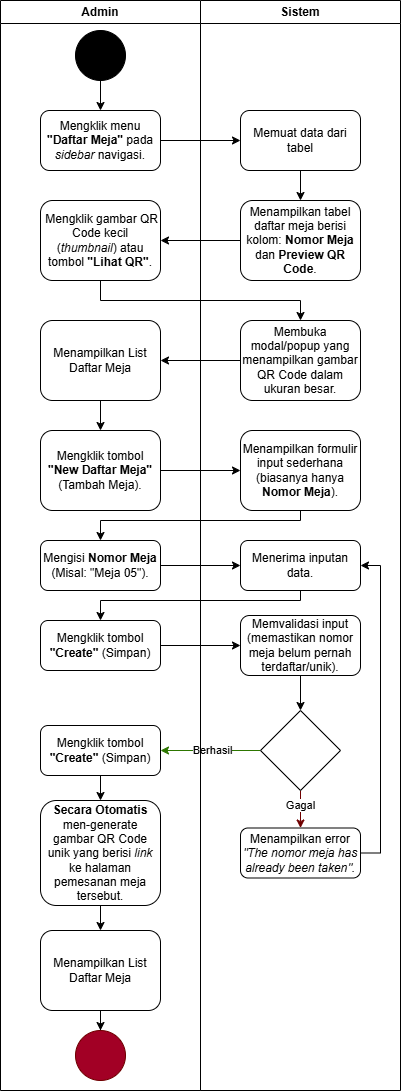
This is Docs/Use Case/activityfinal/Activity Diagram-Daftar Meja.drawio.png from gustitriprayoga/Sistem-Pembayaran-QR, a draw.io export, as it was before one commit. Source tidied: cells renumbered, new cells last; positions are measured from the earlier drawing's top-left corner, leaving out a move shared by most shapes. Source of this version:
```xml
<mxGraphModel>
  <root>
    <mxCell id="0" />
    <mxCell id="1" parent="0" />
    <mxCell id="2" style="edgeStyle=orthogonalEdgeStyle;rounded=0;jettySize=auto;html=1;exitX=0.5;exitY=1;exitDx=0;exitDy=0;entryX=0.5;entryY=0;entryDx=0;entryDy=0;" parent="1" edge="1" source="3" target="5">
      <mxGeometry relative="1" as="geometry" />
    </mxCell>
    <mxCell id="3" style="ellipse;whiteSpace=wrap;html=1;fillColor=#000000;" parent="1" vertex="1">
      <mxGeometry x="75" y="30" width="50" height="50" as="geometry" />
    </mxCell>
    <mxCell id="4" style="edgeStyle=orthogonalEdgeStyle;rounded=0;jettySize=auto;html=1;" parent="1" edge="1" source="5" target="7">
      <mxGeometry relative="1" as="geometry" />
    </mxCell>
    <mxCell id="5" value="Mengklik menu &lt;b&gt;&quot;Daftar Meja&quot;&lt;/b&gt; pada &lt;i&gt;sidebar&lt;/i&gt; navigasi." style="rounded=1;whiteSpace=wrap;html=1;" parent="1" vertex="1">
      <mxGeometry x="40" y="110" width="120" height="60" as="geometry" />
    </mxCell>
    <mxCell id="6" style="edgeStyle=orthogonalEdgeStyle;rounded=0;jettySize=auto;html=1;" parent="1" edge="1" source="7" target="9">
      <mxGeometry relative="1" as="geometry" />
    </mxCell>
    <mxCell id="7" value="Memuat data dari tabel" style="rounded=1;whiteSpace=wrap;html=1;" parent="1" vertex="1">
      <mxGeometry x="240" y="110" width="120" height="60" as="geometry" />
    </mxCell>
    <mxCell id="8" style="edgeStyle=orthogonalEdgeStyle;rounded=0;jettySize=auto;html=1;" parent="1" edge="1" source="9" target="11">
      <mxGeometry relative="1" as="geometry" />
    </mxCell>
    <mxCell id="9" value="Menampilkan tabel daftar meja berisi kolom: &lt;b&gt;Nomor Meja&lt;/b&gt; dan &lt;b&gt;Preview QR Code&lt;/b&gt;." style="rounded=1;whiteSpace=wrap;html=1;" parent="1" vertex="1">
      <mxGeometry x="240" y="200" width="120" height="80" as="geometry" />
    </mxCell>
    <mxCell id="10" style="edgeStyle=orthogonalEdgeStyle;rounded=0;jettySize=auto;html=1;" parent="1" edge="1" source="11" target="13">
      <mxGeometry relative="1" as="geometry">
        <Array as="points">
          <mxPoint x="100" y="300" />
          <mxPoint x="300" y="300" />
        </Array>
      </mxGeometry>
    </mxCell>
    <mxCell id="11" value="&amp;nbsp;Mengklik gambar QR Code kecil (&lt;i&gt;thumbnail&lt;/i&gt;) atau tombol &lt;b&gt;&quot;Lihat QR&quot;&lt;/b&gt;." style="rounded=1;whiteSpace=wrap;html=1;" parent="1" vertex="1">
      <mxGeometry x="40" y="200" width="120" height="80" as="geometry" />
    </mxCell>
    <mxCell id="12" style="edgeStyle=orthogonalEdgeStyle;rounded=0;jettySize=auto;html=1;" parent="1" edge="1" source="13" target="15">
      <mxGeometry relative="1" as="geometry" />
    </mxCell>
    <mxCell id="13" value="Membuka modal/popup yang menampilkan gambar QR Code dalam ukuran besar." style="rounded=1;whiteSpace=wrap;html=1;" parent="1" vertex="1">
      <mxGeometry x="240" y="320" width="120" height="80" as="geometry" />
    </mxCell>
    <mxCell id="14" style="edgeStyle=orthogonalEdgeStyle;rounded=0;jettySize=auto;html=1;" parent="1" edge="1" source="15" target="17">
      <mxGeometry relative="1" as="geometry" />
    </mxCell>
    <mxCell id="15" value="Menampilkan List Daftar Meja" style="rounded=1;whiteSpace=wrap;html=1;" parent="1" vertex="1">
      <mxGeometry x="40" y="320" width="120" height="80" as="geometry" />
    </mxCell>
    <mxCell id="16" style="edgeStyle=orthogonalEdgeStyle;rounded=0;jettySize=auto;html=1;" parent="1" edge="1" source="17" target="19">
      <mxGeometry relative="1" as="geometry" />
    </mxCell>
    <mxCell id="17" value="Mengklik tombol &lt;b&gt;&quot;New Daftar Meja&quot;&lt;/b&gt; (Tambah Meja)." style="rounded=1;whiteSpace=wrap;html=1;" parent="1" vertex="1">
      <mxGeometry x="40" y="430" width="120" height="80" as="geometry" />
    </mxCell>
    <mxCell id="18" style="edgeStyle=orthogonalEdgeStyle;rounded=0;jettySize=auto;html=1;" parent="1" edge="1" source="19" target="21">
      <mxGeometry relative="1" as="geometry">
        <Array as="points">
          <mxPoint x="300" y="520" />
          <mxPoint x="100" y="520" />
        </Array>
      </mxGeometry>
    </mxCell>
    <mxCell id="19" value="Menampilkan formulir input sederhana (biasanya hanya &lt;b&gt;Nomor Meja&lt;/b&gt;)." style="rounded=1;whiteSpace=wrap;html=1;" parent="1" vertex="1">
      <mxGeometry x="240" y="430" width="120" height="80" as="geometry" />
    </mxCell>
    <mxCell id="20" style="edgeStyle=orthogonalEdgeStyle;rounded=0;jettySize=auto;html=1;" parent="1" edge="1" source="21" target="23">
      <mxGeometry relative="1" as="geometry" />
    </mxCell>
    <mxCell id="21" value="Mengisi &lt;b&gt;Nomor Meja&lt;/b&gt; (Misal: &quot;Meja 05&quot;)." style="rounded=1;whiteSpace=wrap;html=1;" parent="1" vertex="1">
      <mxGeometry x="40" y="540" width="120" height="50" as="geometry" />
    </mxCell>
    <mxCell id="22" style="edgeStyle=orthogonalEdgeStyle;rounded=0;jettySize=auto;html=1;exitX=0.5;exitY=1;exitDx=0;exitDy=0;entryX=0.5;entryY=0;entryDx=0;entryDy=0;" parent="1" edge="1" source="23" target="25">
      <mxGeometry relative="1" as="geometry">
        <Array as="points">
          <mxPoint x="300" y="600" />
          <mxPoint x="100" y="600" />
        </Array>
      </mxGeometry>
    </mxCell>
    <mxCell id="23" value="Menerima inputan data." style="rounded=1;whiteSpace=wrap;html=1;" parent="1" vertex="1">
      <mxGeometry x="240" y="540" width="120" height="50" as="geometry" />
    </mxCell>
    <mxCell id="24" style="edgeStyle=orthogonalEdgeStyle;rounded=0;jettySize=auto;html=1;" parent="1" edge="1" source="25" target="27">
      <mxGeometry relative="1" as="geometry" />
    </mxCell>
    <mxCell id="25" value="Mengklik tombol &lt;b&gt;&quot;Create&quot;&lt;/b&gt; (Simpan)" style="rounded=1;whiteSpace=wrap;html=1;" parent="1" vertex="1">
      <mxGeometry x="40" y="620" width="120" height="50" as="geometry" />
    </mxCell>
    <mxCell id="26" style="edgeStyle=orthogonalEdgeStyle;rounded=0;jettySize=auto;html=1;exitX=0.5;exitY=1;exitDx=0;exitDy=0;entryX=0.5;entryY=0;entryDx=0;entryDy=0;" parent="1" edge="1" source="27" target="32">
      <mxGeometry relative="1" as="geometry" />
    </mxCell>
    <mxCell id="27" value="Memvalidasi input (memastikan nomor meja belum pernah terdaftar/unik)." style="rounded=1;whiteSpace=wrap;html=1;" parent="1" vertex="1">
      <mxGeometry x="240" y="615" width="120" height="60" as="geometry" />
    </mxCell>
    <mxCell id="28" style="edgeStyle=orthogonalEdgeStyle;rounded=0;jettySize=auto;html=1;exitX=0;exitY=0.5;exitDx=0;exitDy=0;entryX=1;entryY=0.5;entryDx=0;entryDy=0;fillColor=#60a917;strokeColor=#2D7600;" parent="1" edge="1" source="32" target="34">
      <mxGeometry relative="1" as="geometry" />
    </mxCell>
    <mxCell id="29" value="Berhasil" style="edgeLabel;html=1;align=center;verticalAlign=middle;" parent="28" vertex="1">
      <mxGeometry x="-0.04" relative="1" as="geometry" />
    </mxCell>
    <mxCell id="30" style="edgeStyle=orthogonalEdgeStyle;rounded=0;jettySize=auto;html=1;exitX=0.5;exitY=1;exitDx=0;exitDy=0;entryX=0.5;entryY=0;entryDx=0;entryDy=0;fillColor=#a20025;strokeColor=#6F0000;" parent="1" edge="1" source="32" target="38">
      <mxGeometry relative="1" as="geometry" />
    </mxCell>
    <mxCell id="31" value="Gagal" style="edgeLabel;html=1;align=center;verticalAlign=middle;" parent="30" vertex="1">
      <mxGeometry x="-0.19" relative="1" as="geometry" />
    </mxCell>
    <mxCell id="32" style="rhombus;whiteSpace=wrap;html=1;" parent="1" vertex="1">
      <mxGeometry x="260" y="710" width="80" height="80" as="geometry" />
    </mxCell>
    <mxCell id="33" style="edgeStyle=orthogonalEdgeStyle;rounded=0;jettySize=auto;html=1;" parent="1" edge="1" source="34" target="36">
      <mxGeometry relative="1" as="geometry" />
    </mxCell>
    <mxCell id="34" value="Mengklik tombol &lt;b&gt;&quot;Create&quot;&lt;/b&gt; (Simpan)" style="rounded=1;whiteSpace=wrap;html=1;" parent="1" vertex="1">
      <mxGeometry x="40" y="725" width="120" height="50" as="geometry" />
    </mxCell>
    <mxCell id="35" style="edgeStyle=orthogonalEdgeStyle;rounded=0;jettySize=auto;html=1;exitX=0.5;exitY=1;exitDx=0;exitDy=0;entryX=0.5;entryY=0;entryDx=0;entryDy=0;" parent="1" edge="1" source="36" target="40">
      <mxGeometry relative="1" as="geometry" />
    </mxCell>
    <mxCell id="36" value="&lt;b&gt;Secara Otomatis&lt;/b&gt; men-generate gambar QR Code unik yang berisi &lt;i&gt;link&lt;/i&gt; ke halaman pemesanan meja tersebut." style="rounded=1;whiteSpace=wrap;html=1;" parent="1" vertex="1">
      <mxGeometry x="40" y="800" width="120" height="105" as="geometry" />
    </mxCell>
    <mxCell id="37" style="edgeStyle=orthogonalEdgeStyle;rounded=0;jettySize=auto;html=1;exitX=1;exitY=0.5;exitDx=0;exitDy=0;entryX=1;entryY=0.5;entryDx=0;entryDy=0;" parent="1" edge="1" source="38" target="23">
      <mxGeometry relative="1" as="geometry" />
    </mxCell>
    <mxCell id="38" value="Menampilkan error &lt;i&gt;&quot;The nomor meja has already been taken&quot;&lt;/i&gt;." style="rounded=1;whiteSpace=wrap;html=1;" parent="1" vertex="1">
      <mxGeometry x="240" y="827.5" width="120" height="50" as="geometry" />
    </mxCell>
    <mxCell id="39" style="edgeStyle=orthogonalEdgeStyle;rounded=0;jettySize=auto;html=1;" parent="1" edge="1" source="40" target="41">
      <mxGeometry relative="1" as="geometry" />
    </mxCell>
    <mxCell id="40" value="Menampilkan List Daftar Meja" style="rounded=1;whiteSpace=wrap;html=1;" parent="1" vertex="1">
      <mxGeometry x="40" y="930" width="120" height="80" as="geometry" />
    </mxCell>
    <mxCell id="41" style="ellipse;whiteSpace=wrap;html=1;rounded=1;fillColor=#a20025;fontColor=#ffffff;strokeColor=#6F0000;" parent="1" vertex="1">
      <mxGeometry x="75" y="1030" width="50" height="50" as="geometry" />
    </mxCell>
    <mxCell id="42" value="Admin" style="swimlane;whiteSpace=wrap;html=1;" parent="1" vertex="1">
      <mxGeometry width="200" height="1090" as="geometry" />
    </mxCell>
    <mxCell id="43" value="Sistem" style="swimlane;whiteSpace=wrap;html=1;" parent="1" vertex="1">
      <mxGeometry x="200" width="200" height="1090" as="geometry" />
    </mxCell>
  </root>
</mxGraphModel>
```
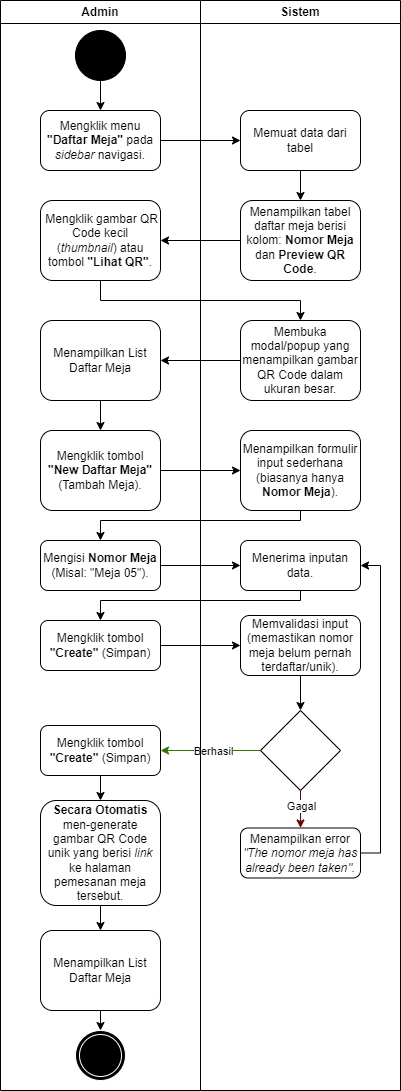
Above is the later version.

What changed in the source:
```diff
@@ -128,18 +128,20 @@
     <mxCell id="38" value="Menampilkan error &lt;i&gt;&quot;The nomor meja has already been taken&quot;&lt;/i&gt;." style="rounded=1;whiteSpace=wrap;html=1;" parent="1" vertex="1">
       <mxGeometry x="240" y="827.5" width="120" height="50" as="geometry" />
     </mxCell>
-    <mxCell id="39" style="edgeStyle=orthogonalEdgeStyle;rounded=0;jettySize=auto;html=1;" parent="1" edge="1" source="40" target="41">
-      <mxGeometry relative="1" as="geometry" />
+    <mxCell id="39" style="edgeStyle=orthogonalEdgeStyle;rounded=0;jettySize=auto;html=1;" parent="1" edge="1" source="40">
+      <mxGeometry relative="1" as="geometry">
+        <mxPoint x="100" y="1030" as="targetPoint" />
+      </mxGeometry>
     </mxCell>
     <mxCell id="40" value="Menampilkan List Daftar Meja" style="rounded=1;whiteSpace=wrap;html=1;" parent="1" vertex="1">
       <mxGeometry x="40" y="930" width="120" height="80" as="geometry" />
     </mxCell>
-    <mxCell id="41" style="ellipse;whiteSpace=wrap;html=1;rounded=1;fillColor=#a20025;fontColor=#ffffff;strokeColor=#6F0000;" parent="1" vertex="1">
-      <mxGeometry x="75" y="1030" width="50" height="50" as="geometry" />
-    </mxCell>
     <mxCell id="42" value="Admin" style="swimlane;whiteSpace=wrap;html=1;" parent="1" vertex="1">
       <mxGeometry width="200" height="1090" as="geometry" />
     </mxCell>
+    <mxCell id="44" style="ellipse;shape=doubleEllipse;whiteSpace=wrap;html=1;fillColor=#000000;fontColor=#ffffff;strokeColor=#FFFFFF;" parent="42" vertex="1">
+      <mxGeometry x="75" y="1030" width="50" height="50" as="geometry" />
+    </mxCell>
     <mxCell id="43" value="Sistem" style="swimlane;whiteSpace=wrap;html=1;" parent="1" vertex="1">
       <mxGeometry x="200" width="200" height="1090" as="geometry" />
     </mxCell>
```
